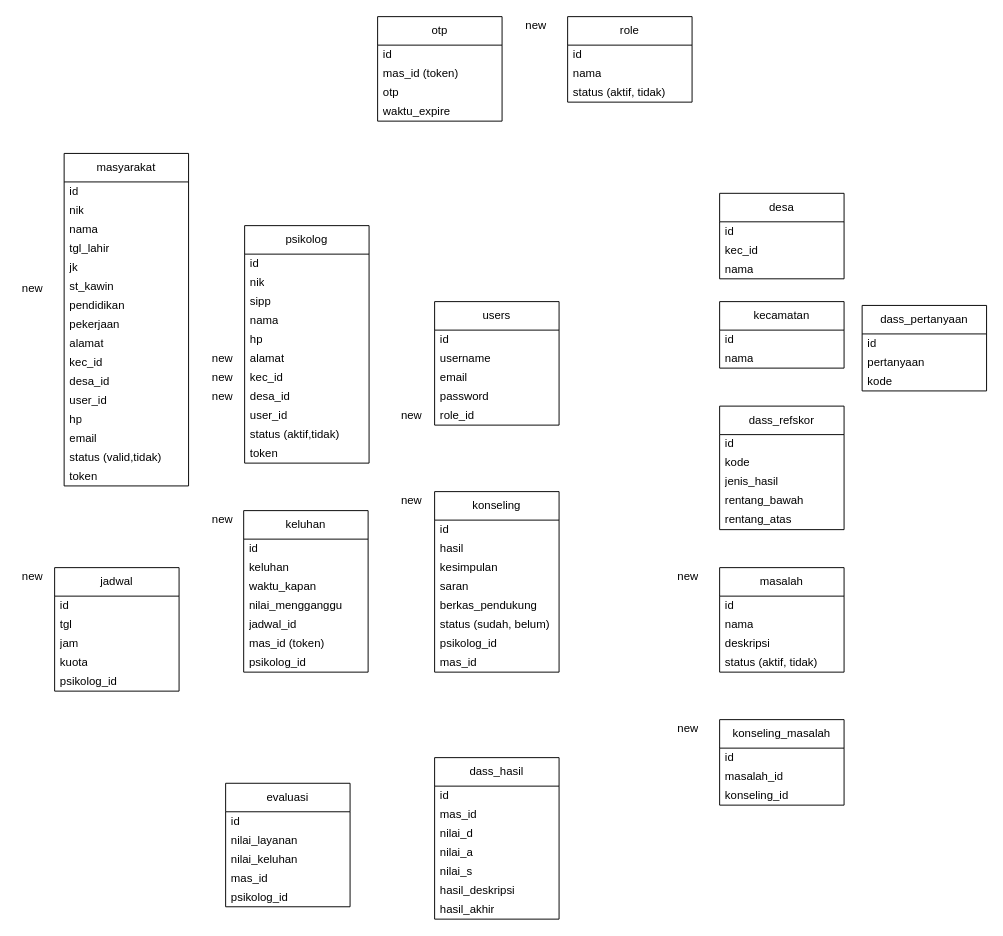
Before: env_designs/erd_dmb.drawio in zeneight/drawio, a draw.io diagram. Source tidied: cells renumbered, new cells numbered last; positions are measured from the earlier drawing's top-left corner, leaving out a move shared by most shapes. Both pictures are drawn from the tidied source at 95%, with x=0, y=0 at pixel (16, 16).
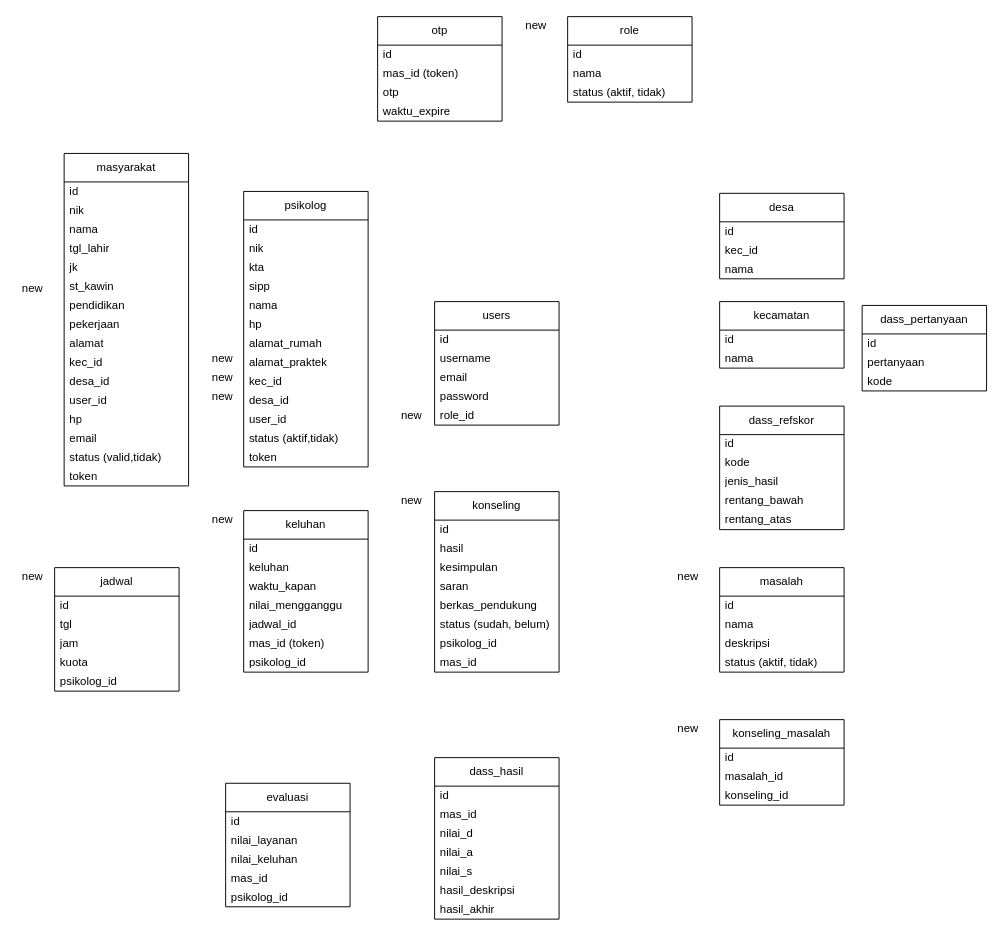
The same page after the edit.

Change to the diagram source:
```diff
@@
     <mxCell id="19" value="psikolog" style="swimlane;fontStyle=0;horizontal=1;startSize=30;whiteSpace=wrap;html=1;" parent="1" vertex="1">
-      <mxGeometry x="240" y="220" width="131" height="250" as="geometry" />
+      <mxGeometry x="239" y="184" width="131" height="290" as="geometry" />
     </mxCell>
@@
+    <mxCell id="120" value="kta" style="text;strokeColor=none;fillColor=none;align=left;verticalAlign=middle;spacingLeft=4;spacingRight=4;overflow=hidden;whiteSpace=wrap;html=1;" parent="19" vertex="1">
+      <mxGeometry y="70" width="131" height="20" as="geometry" />
+    </mxCell>
     <mxCell id="22" value="sipp" style="text;strokeColor=none;fillColor=none;align=left;verticalAlign=middle;spacingLeft=4;spacingRight=4;overflow=hidden;whiteSpace=wrap;html=1;" parent="19" vertex="1">
-      <mxGeometry y="70" width="131" height="20" as="geometry" />
+      <mxGeometry y="90" width="131" height="20" as="geometry" />
     </mxCell>
     <mxCell id="23" value="nama" style="text;strokeColor=none;fillColor=none;align=left;verticalAlign=middle;spacingLeft=4;spacingRight=4;overflow=hidden;whiteSpace=wrap;html=1;" parent="19" vertex="1">
-      <mxGeometry y="90" width="131" height="20" as="geometry" />
+      <mxGeometry y="110" width="131" height="20" as="geometry" />
     </mxCell>
     <mxCell id="24" value="hp" style="text;strokeColor=none;fillColor=none;align=left;verticalAlign=middle;spacingLeft=4;spacingRight=4;overflow=hidden;whiteSpace=wrap;html=1;" parent="19" vertex="1">
-      <mxGeometry y="110" width="131" height="20" as="geometry" />
+      <mxGeometry y="130" width="131" height="20" as="geometry" />
     </mxCell>
-    <mxCell id="25" value="alamat" style="text;strokeColor=none;fillColor=none;align=left;verticalAlign=middle;spacingLeft=4;spacingRight=4;overflow=hidden;whiteSpace=wrap;html=1;" parent="19" vertex="1">
-      <mxGeometry y="130" width="131" height="20" as="geometry" />
+    <mxCell id="25" value="alamat_rumah" style="text;strokeColor=none;fillColor=none;align=left;verticalAlign=middle;spacingLeft=4;spacingRight=4;overflow=hidden;whiteSpace=wrap;html=1;" parent="19" vertex="1">
+      <mxGeometry y="150" width="131" height="20" as="geometry" />
     </mxCell>
+    <mxCell id="121" value="alamat_praktek" style="text;strokeColor=none;fillColor=none;align=left;verticalAlign=middle;spacingLeft=4;spacingRight=4;overflow=hidden;whiteSpace=wrap;html=1;" parent="19" vertex="1">
+      <mxGeometry y="170" width="131" height="20" as="geometry" />
+    </mxCell>
     <mxCell id="26" value="kec_id" style="text;strokeColor=none;fillColor=none;align=left;verticalAlign=middle;spacingLeft=4;spacingRight=4;overflow=hidden;whiteSpace=wrap;html=1;" parent="19" vertex="1">
-      <mxGeometry y="150" width="131" height="20" as="geometry" />
+      <mxGeometry y="190" width="131" height="20" as="geometry" />
     </mxCell>
     <mxCell id="27" value="desa_id" style="text;strokeColor=none;fillColor=none;align=left;verticalAlign=middle;spacingLeft=4;spacingRight=4;overflow=hidden;whiteSpace=wrap;html=1;" parent="19" vertex="1">
-      <mxGeometry y="170" width="131" height="20" as="geometry" />
+      <mxGeometry y="210" width="131" height="20" as="geometry" />
     </mxCell>
     <mxCell id="28" value="user_id" style="text;strokeColor=none;fillColor=none;align=left;verticalAlign=middle;spacingLeft=4;spacingRight=4;overflow=hidden;whiteSpace=wrap;html=1;" parent="19" vertex="1">
-      <mxGeometry y="190" width="131" height="20" as="geometry" />
+      <mxGeometry y="230" width="131" height="20" as="geometry" />
     </mxCell>
     <mxCell id="29" value="status (aktif,tidak)" style="text;strokeColor=none;fillColor=none;align=left;verticalAlign=middle;spacingLeft=4;spacingRight=4;overflow=hidden;whiteSpace=wrap;html=1;" parent="19" vertex="1">
-      <mxGeometry y="210" width="131" height="20" as="geometry" />
+      <mxGeometry y="250" width="131" height="20" as="geometry" />
     </mxCell>
     <mxCell id="30" value="token" style="text;strokeColor=none;fillColor=none;align=left;verticalAlign=middle;spacingLeft=4;spacingRight=4;overflow=hidden;whiteSpace=wrap;html=1;" parent="19" vertex="1">
-      <mxGeometry y="230" width="131" height="20" as="geometry" />
+      <mxGeometry y="270" width="131" height="20" as="geometry" />
     </mxCell>
```
